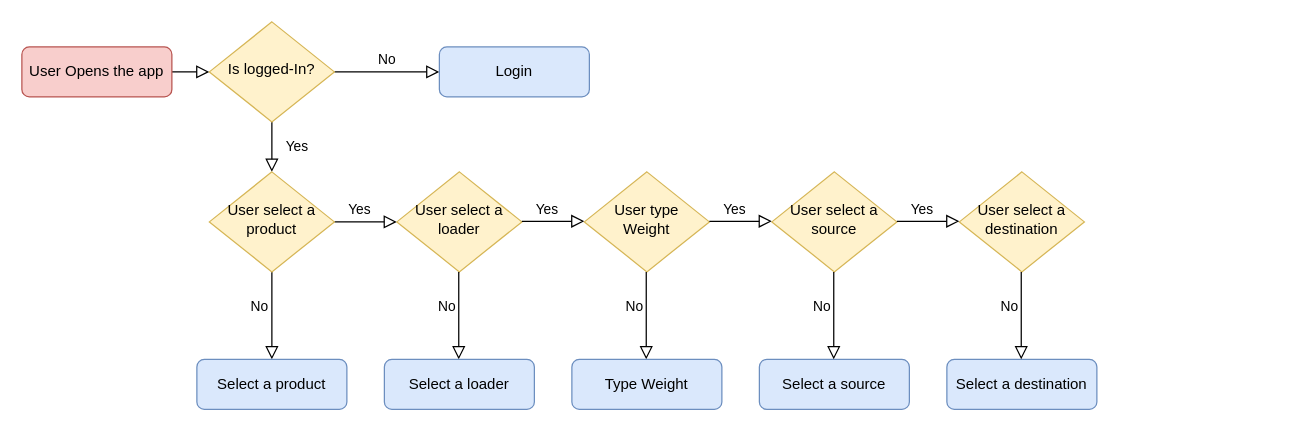
Raptor-Tech/Diagram keeps this draw.io diagram as Flow Dump.drawio. Above is the earlier version. Source tidied: cells renumbered, new cells numbered last; positions are measured from the earlier drawing's top-left corner, leaving out a move shared by most shapes. Both pictures are drawn from the tidied source at 125%, with x=0, y=0 at pixel (21, 21).
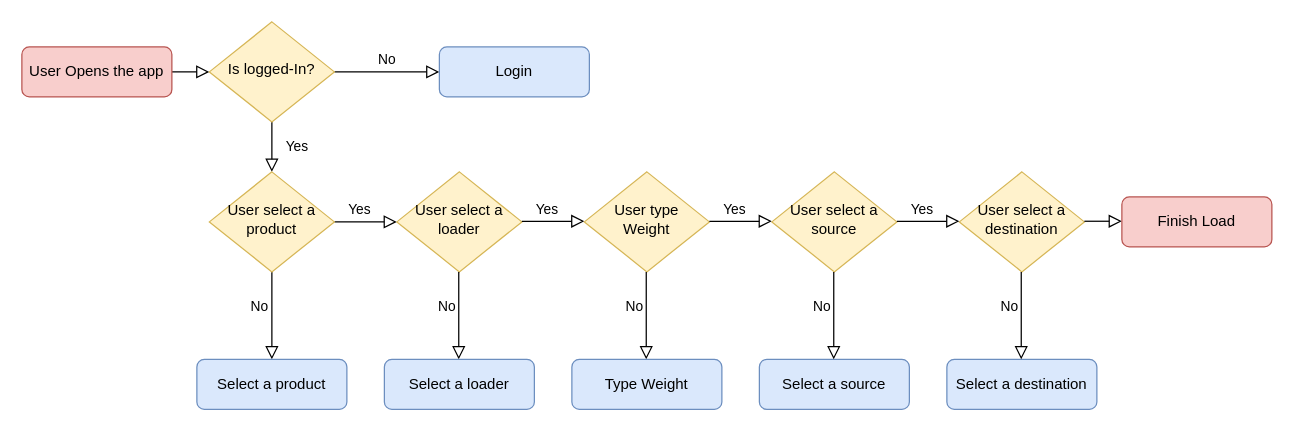
The same page after the edit.

Diff of the diagram source:
```diff
@@
+    <mxCell id="27" style="rounded=0;html=1;jettySize=auto;orthogonalLoop=1;fontSize=11;endArrow=block;endFill=0;endSize=8;strokeWidth=1;shadow=0;labelBackgroundColor=none;edgeStyle=orthogonalEdgeStyle;" parent="1" edge="1">
+      <mxGeometry relative="1" as="geometry">
+        <mxPoint x="850" y="159.5" as="sourcePoint" />
+        <mxPoint x="880" y="159.5" as="targetPoint" />
+      </mxGeometry>
+    </mxCell>
+    <mxCell id="28" value="Finish Load" style="rounded=1;whiteSpace=wrap;html=1;fontSize=12;glass=0;strokeWidth=1;shadow=0;fillColor=#f8cecc;strokeColor=#b85450;" parent="1" vertex="1">
+      <mxGeometry x="880" y="140" width="120" height="40" as="geometry" />
+    </mxCell>
```
